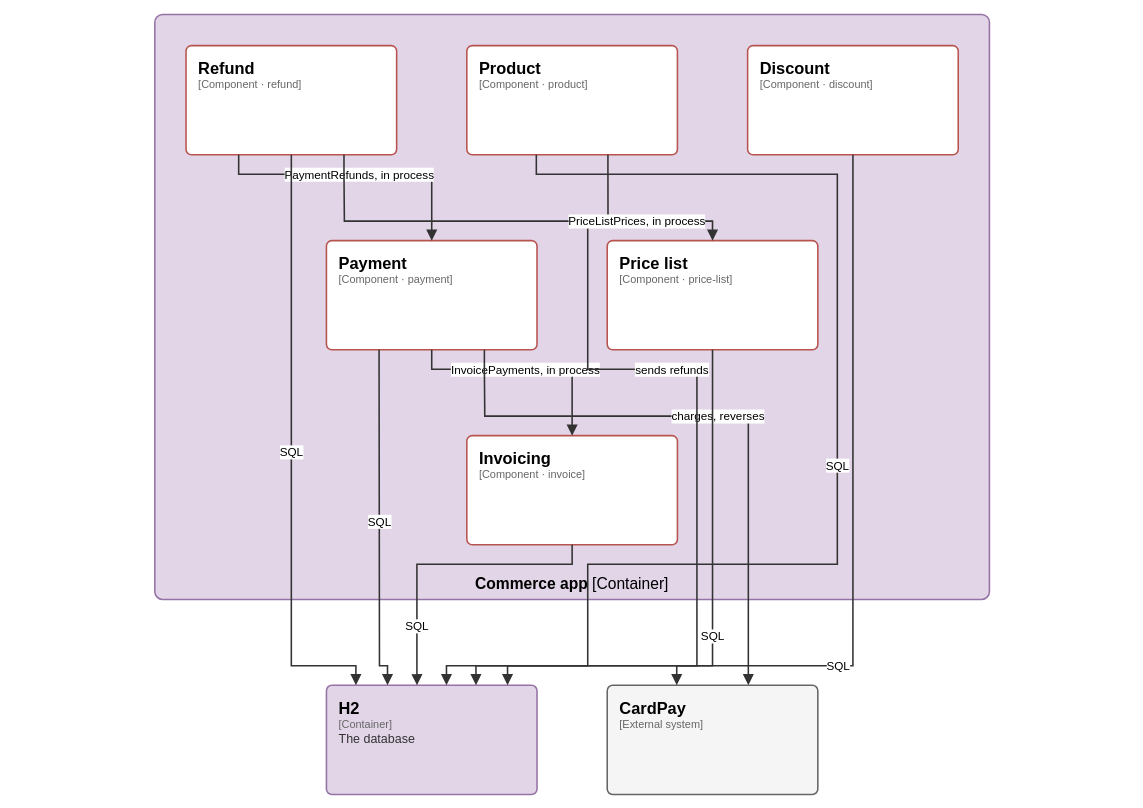
This is page "C4 3 - Components of Commerce app" (3 of 7) of docs/architecture/c4.drawio from elie29/partition-commerce, a draw.io file, before an edit. Source tidied: cells renumbered, new cells numbered last; positions are measured from the earlier drawing's top-left corner, leaving out a move shared by most shapes. Both pictures are drawn from the tidied source at 78%, with x=0, y=0 at pixel (154, 14).
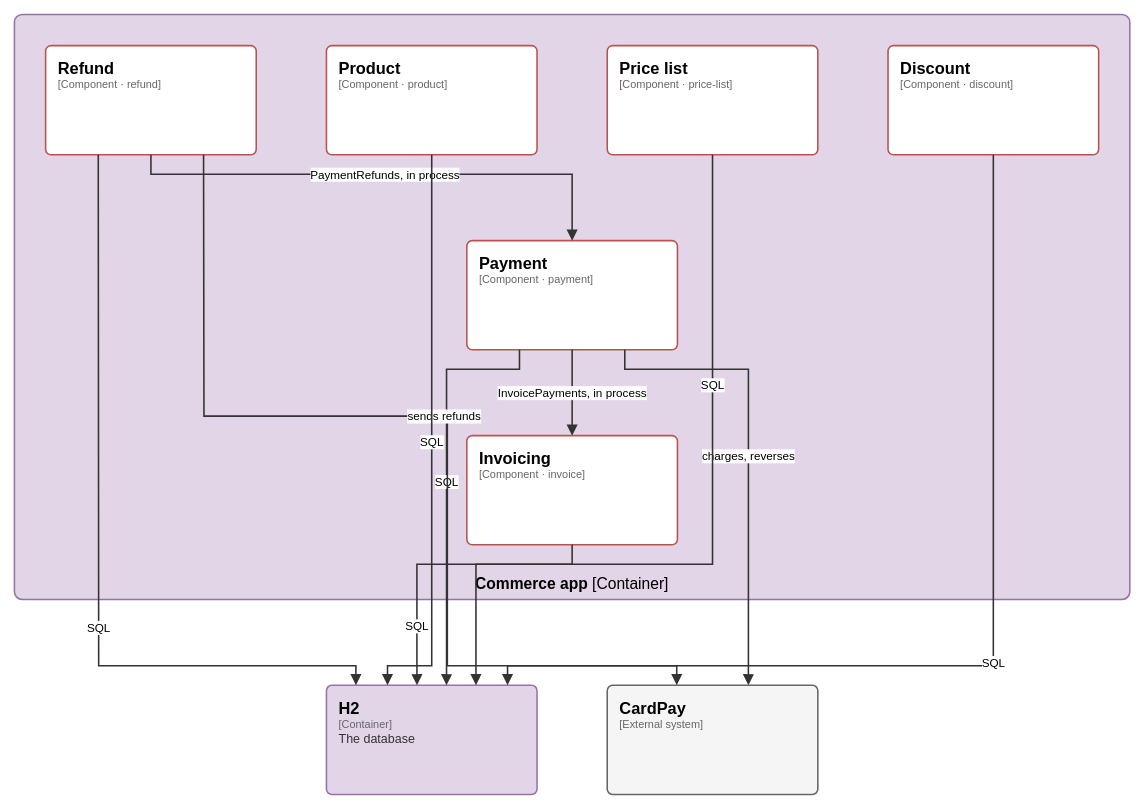
The same diagram, later.

Unchanged cells that the change refers to:
```xml
<mxCell id="3" value="&lt;span style=&quot;font-size:21px;font-weight:600;color:#000000&quot;&gt;Invoicing&lt;/span&gt;&lt;br&gt;&lt;span style=&quot;font-family:IBM Plex Mono;font-size:14px;color:#666666&quot;&gt;[Component · invoice]&lt;/span&gt;" style="rounded=1;absoluteArcSize=1;arcSize=14;html=1;whiteSpace=wrap;fillColor=#ffffff;strokeColor=#b85450;strokeWidth=2;fontFamily=IBM Plex Sans;align=left;verticalAlign=top;spacingLeft=14;spacingRight=10;spacingTop=10;partition=aHuj8PVB3X;" parent="1" vertex="1">
  <mxGeometry x="400" y="540" width="270" height="140" as="geometry" />
</mxCell>
<mxCell id="9" value="&lt;span style=&quot;font-size:21px;font-weight:600;color:#000000&quot;&gt;H2&lt;/span&gt;&lt;br&gt;&lt;span style=&quot;font-family:IBM Plex Mono;font-size:14px;color:#666666&quot;&gt;[Container]&lt;/span&gt;&lt;br&gt;&lt;span style=&quot;font-size:16px;color:#333333;line-height:1.3&quot;&gt;The database&lt;/span&gt;" style="rounded=1;absoluteArcSize=1;arcSize=14;html=1;whiteSpace=wrap;fillColor=#e1d5e7;strokeColor=#9673a6;strokeWidth=2;fontFamily=IBM Plex Sans;align=left;verticalAlign=top;spacingLeft=14;spacingRight=10;spacingTop=10;partition=e1b4aq0M80;" parent="1" vertex="1">
  <mxGeometry x="220" y="860" width="270" height="140" as="geometry" />
</mxCell>
<mxCell id="10" value="&lt;span style=&quot;font-size:21px;font-weight:600;color:#000000&quot;&gt;CardPay&lt;/span&gt;&lt;br&gt;&lt;span style=&quot;font-family:IBM Plex Mono;font-size:14px;color:#666666&quot;&gt;[External system]&lt;/span&gt;" style="rounded=1;absoluteArcSize=1;arcSize=14;html=1;whiteSpace=wrap;fillColor=#f5f5f5;strokeColor=#666666;strokeWidth=2;fontFamily=IBM Plex Sans;align=left;verticalAlign=top;spacingLeft=14;spacingRight=10;spacingTop=10;partition=U8ZHIrmfT8;" parent="1" vertex="1">
  <mxGeometry x="580" y="860" width="270" height="140" as="geometry" />
</mxCell>
```

What changed in the source:
```diff
@@
-    <mxCell id="2" value="&lt;b&gt;Commerce app&lt;/b&gt; [Container]" style="rounded=1;absoluteArcSize=1;arcSize=20;html=1;whiteSpace=wrap;fillColor=#e1d5e7;strokeColor=#9673a6;strokeWidth=2;fontFamily=IBM Plex Sans;fontSize=20;verticalAlign=bottom;spacingTop=6;spacingBottom=6;partition=usQpGdOmRF;" parent="1" vertex="1">
-      <mxGeometry width="1070" height="750" as="geometry" />
+    <mxCell id="2" value="&lt;b&gt;Commerce app&lt;/b&gt; [Container]" style="rounded=1;absoluteArcSize=1;arcSize=20;html=1;whiteSpace=wrap;fillColor=#e1d5e7;strokeColor=#9673a6;strokeWidth=2;fontFamily=IBM Plex Sans;fontSize=20;verticalAlign=bottom;spacingTop=6;spacingBottom=6;partition=K24nIVab2W;" parent="1" vertex="1">
+      <mxGeometry x="-180" width="1430" height="750" as="geometry" />
     </mxCell>
@@
-    <mxCell id="4" value="&lt;span style=&quot;font-size:21px;font-weight:600;color:#000000&quot;&gt;Payment&lt;/span&gt;&lt;br&gt;&lt;span style=&quot;font-family:IBM Plex Mono;font-size:14px;color:#666666&quot;&gt;[Component · payment]&lt;/span&gt;" style="rounded=1;absoluteArcSize=1;arcSize=14;html=1;whiteSpace=wrap;fillColor=#ffffff;strokeColor=#b85450;strokeWidth=2;fontFamily=IBM Plex Sans;align=left;verticalAlign=top;spacingLeft=14;spacingRight=10;spacingTop=10;partition=y_rMypuNCB;" parent="1" vertex="1">
-      <mxGeometry x="220" y="290" width="270" height="140" as="geometry" />
+    <mxCell id="4" value="&lt;span style=&quot;font-size:21px;font-weight:600;color:#000000&quot;&gt;Payment&lt;/span&gt;&lt;br&gt;&lt;span style=&quot;font-family:IBM Plex Mono;font-size:14px;color:#666666&quot;&gt;[Component · payment]&lt;/span&gt;" style="rounded=1;absoluteArcSize=1;arcSize=14;html=1;whiteSpace=wrap;fillColor=#ffffff;strokeColor=#b85450;strokeWidth=2;fontFamily=IBM Plex Sans;align=left;verticalAlign=top;spacingLeft=14;spacingRight=10;spacingTop=10;partition=NwpGBdmDzl;" parent="1" vertex="1">
+      <mxGeometry x="400" y="290" width="270" height="140" as="geometry" />
     </mxCell>
-    <mxCell id="5" value="&lt;span style=&quot;font-size:21px;font-weight:600;color:#000000&quot;&gt;Refund&lt;/span&gt;&lt;br&gt;&lt;span style=&quot;font-family:IBM Plex Mono;font-size:14px;color:#666666&quot;&gt;[Component · refund]&lt;/span&gt;" style="rounded=1;absoluteArcSize=1;arcSize=14;html=1;whiteSpace=wrap;fillColor=#ffffff;strokeColor=#b85450;strokeWidth=2;fontFamily=IBM Plex Sans;align=left;verticalAlign=top;spacingLeft=14;spacingRight=10;spacingTop=10;partition=MpiWCou8A7;" parent="1" vertex="1">
-      <mxGeometry x="40" y="40" width="270" height="140" as="geometry" />
+    <mxCell id="5" value="&lt;span style=&quot;font-size:21px;font-weight:600;color:#000000&quot;&gt;Refund&lt;/span&gt;&lt;br&gt;&lt;span style=&quot;font-family:IBM Plex Mono;font-size:14px;color:#666666&quot;&gt;[Component · refund]&lt;/span&gt;" style="rounded=1;absoluteArcSize=1;arcSize=14;html=1;whiteSpace=wrap;fillColor=#ffffff;strokeColor=#b85450;strokeWidth=2;fontFamily=IBM Plex Sans;align=left;verticalAlign=top;spacingLeft=14;spacingRight=10;spacingTop=10;partition=IH7OPQwwv5;" parent="1" vertex="1">
+      <mxGeometry x="-140" y="40" width="270" height="140" as="geometry" />
     </mxCell>
-    <mxCell id="6" value="&lt;span style=&quot;font-size:21px;font-weight:600;color:#000000&quot;&gt;Product&lt;/span&gt;&lt;br&gt;&lt;span style=&quot;font-family:IBM Plex Mono;font-size:14px;color:#666666&quot;&gt;[Component · product]&lt;/span&gt;" style="rounded=1;absoluteArcSize=1;arcSize=14;html=1;whiteSpace=wrap;fillColor=#ffffff;strokeColor=#b85450;strokeWidth=2;fontFamily=IBM Plex Sans;align=left;verticalAlign=top;spacingLeft=14;spacingRight=10;spacingTop=10;partition=rwtB4VHL-5;" parent="1" vertex="1">
-      <mxGeometry x="400" y="40" width="270" height="140" as="geometry" />
+    <mxCell id="6" value="&lt;span style=&quot;font-size:21px;font-weight:600;color:#000000&quot;&gt;Product&lt;/span&gt;&lt;br&gt;&lt;span style=&quot;font-family:IBM Plex Mono;font-size:14px;color:#666666&quot;&gt;[Component · product]&lt;/span&gt;" style="rounded=1;absoluteArcSize=1;arcSize=14;html=1;whiteSpace=wrap;fillColor=#ffffff;strokeColor=#b85450;strokeWidth=2;fontFamily=IBM Plex Sans;align=left;verticalAlign=top;spacingLeft=14;spacingRight=10;spacingTop=10;partition=OoiQrNIVBC;" parent="1" vertex="1">
+      <mxGeometry x="220" y="40" width="270" height="140" as="geometry" />
     </mxCell>
-    <mxCell id="7" value="&lt;span style=&quot;font-size:21px;font-weight:600;color:#000000&quot;&gt;Price list&lt;/span&gt;&lt;br&gt;&lt;span style=&quot;font-family:IBM Plex Mono;font-size:14px;color:#666666&quot;&gt;[Component · price-list]&lt;/span&gt;" style="rounded=1;absoluteArcSize=1;arcSize=14;html=1;whiteSpace=wrap;fillColor=#ffffff;strokeColor=#b85450;strokeWidth=2;fontFamily=IBM Plex Sans;align=left;verticalAlign=top;spacingLeft=14;spacingRight=10;spacingTop=10;partition=90L3m2ZFFY;" parent="1" vertex="1">
-      <mxGeometry x="580" y="290" width="270" height="140" as="geometry" />
+    <mxCell id="7" value="&lt;span style=&quot;font-size:21px;font-weight:600;color:#000000&quot;&gt;Price list&lt;/span&gt;&lt;br&gt;&lt;span style=&quot;font-family:IBM Plex Mono;font-size:14px;color:#666666&quot;&gt;[Component · price-list]&lt;/span&gt;" style="rounded=1;absoluteArcSize=1;arcSize=14;html=1;whiteSpace=wrap;fillColor=#ffffff;strokeColor=#b85450;strokeWidth=2;fontFamily=IBM Plex Sans;align=left;verticalAlign=top;spacingLeft=14;spacingRight=10;spacingTop=10;partition=eIuSdzb2dt;" parent="1" vertex="1">
+      <mxGeometry x="580" y="40" width="270" height="140" as="geometry" />
     </mxCell>
-    <mxCell id="8" value="&lt;span style=&quot;font-size:21px;font-weight:600;color:#000000&quot;&gt;Discount&lt;/span&gt;&lt;br&gt;&lt;span style=&quot;font-family:IBM Plex Mono;font-size:14px;color:#666666&quot;&gt;[Component · discount]&lt;/span&gt;" style="rounded=1;absoluteArcSize=1;arcSize=14;html=1;whiteSpace=wrap;fillColor=#ffffff;strokeColor=#b85450;strokeWidth=2;fontFamily=IBM Plex Sans;align=left;verticalAlign=top;spacingLeft=14;spacingRight=10;spacingTop=10;partition=0IPpTdDtHd;" parent="1" vertex="1">
-      <mxGeometry x="760" y="40" width="270" height="140" as="geometry" />
+    <mxCell id="8" value="&lt;span style=&quot;font-size:21px;font-weight:600;color:#000000&quot;&gt;Discount&lt;/span&gt;&lt;br&gt;&lt;span style=&quot;font-family:IBM Plex Mono;font-size:14px;color:#666666&quot;&gt;[Component · discount]&lt;/span&gt;" style="rounded=1;absoluteArcSize=1;arcSize=14;html=1;whiteSpace=wrap;fillColor=#ffffff;strokeColor=#b85450;strokeWidth=2;fontFamily=IBM Plex Sans;align=left;verticalAlign=top;spacingLeft=14;spacingRight=10;spacingTop=10;partition=mqWQE0lV24;" parent="1" vertex="1">
+      <mxGeometry x="940" y="40" width="270" height="140" as="geometry" />
     </mxCell>
@@
-    <mxCell id="12" value="InvoicePayments, in process" style="edgeStyle=orthogonalEdgeStyle;rounded=0;html=1;endArrow=block;endFill=1;endSize=9;strokeColor=#333333;strokeWidth=2;fontFamily=IBM Plex Sans;fontSize=15;fontColor=#000000;labelBackgroundColor=#FFFFFF;spacing=3;exitX=0.5;exitY=1;exitPerimeter=0;entryX=0.5;entryY=0;entryPerimeter=0;partition=CX_quJdHdb;" parent="1" edge="1" source="4" target="3">
+    <mxCell id="12" value="InvoicePayments, in process" style="edgeStyle=orthogonalEdgeStyle;rounded=0;html=1;endArrow=block;endFill=1;endSize=9;strokeColor=#333333;strokeWidth=2;fontFamily=IBM Plex Sans;fontSize=15;fontColor=#000000;labelBackgroundColor=#FFFFFF;spacing=3;exitX=0.5;exitY=1;exitPerimeter=0;entryX=0.5;entryY=0;entryPerimeter=0;partition=6OSdNt9FWn;" parent="1" edge="1" source="4" target="3">
       <mxGeometry relative="1" as="geometry">
         <Array as="points">
-          <mxPoint x="355" y="455" />
           <mxPoint x="535" y="455" />
           <mxPoint x="535" y="515" />
         </Array>
       </mxGeometry>
     </mxCell>
-    <mxCell id="13" value="SQL" style="edgeStyle=orthogonalEdgeStyle;rounded=0;html=1;endArrow=block;endFill=1;endSize=9;strokeColor=#333333;strokeWidth=2;fontFamily=IBM Plex Sans;fontSize=15;fontColor=#000000;labelBackgroundColor=#FFFFFF;spacing=3;exitX=0.25;exitY=1;exitPerimeter=0;entryX=0.29;entryY=0;entryPerimeter=0;partition=FrnkHqlufb;" parent="1" edge="1" source="4" target="9">
+    <mxCell id="13" value="SQL" style="edgeStyle=orthogonalEdgeStyle;rounded=0;html=1;endArrow=block;endFill=1;endSize=9;strokeColor=#333333;strokeWidth=2;fontFamily=IBM Plex Sans;fontSize=15;fontColor=#000000;labelBackgroundColor=#FFFFFF;spacing=3;exitX=0.25;exitY=1;exitPerimeter=0;entryX=0.57;entryY=0;entryPerimeter=0;partition=tgpSbPxnHJ;" parent="1" edge="1" source="4" target="9">
       <mxGeometry relative="1" as="geometry">
         <Array as="points">
-          <mxPoint x="288" y="455" />
-          <mxPoint x="288" y="835" />
-          <mxPoint x="298" y="835" />
+          <mxPoint x="468" y="455" />
+          <mxPoint x="374" y="455" />
+          <mxPoint x="374" y="835" />
         </Array>
       </mxGeometry>
     </mxCell>
-    <mxCell id="14" value="charges, reverses" style="edgeStyle=orthogonalEdgeStyle;rounded=0;html=1;endArrow=block;endFill=1;endSize=9;strokeColor=#333333;strokeWidth=2;fontFamily=IBM Plex Sans;fontSize=15;fontColor=#000000;labelBackgroundColor=#FFFFFF;spacing=3;exitX=0.75;exitY=1;exitPerimeter=0;entryX=0.67;entryY=0;entryPerimeter=0;partition=x9PZS_rfT-;" parent="1" edge="1" source="4" target="10">
+    <mxCell id="14" value="charges, reverses" style="edgeStyle=orthogonalEdgeStyle;rounded=0;html=1;endArrow=block;endFill=1;endSize=9;strokeColor=#333333;strokeWidth=2;fontFamily=IBM Plex Sans;fontSize=15;fontColor=#000000;labelBackgroundColor=#FFFFFF;spacing=3;exitX=0.75;exitY=1;exitPerimeter=0;entryX=0.67;entryY=0;entryPerimeter=0;partition=_oF2nsMfxQ;" parent="1" edge="1" source="4" target="10">
       <mxGeometry relative="1" as="geometry">
         <Array as="points">
-          <mxPoint x="423" y="455" />
-          <mxPoint x="423" y="515" />
-          <mxPoint x="761" y="515" />
+          <mxPoint x="603" y="455" />
+          <mxPoint x="761" y="455" />
           <mxPoint x="761" y="835" />
         </Array>
       </mxGeometry>
     </mxCell>
-    <mxCell id="15" value="PaymentRefunds, in process" style="edgeStyle=orthogonalEdgeStyle;rounded=0;html=1;endArrow=block;endFill=1;endSize=9;strokeColor=#333333;strokeWidth=2;fontFamily=IBM Plex Sans;fontSize=15;fontColor=#000000;labelBackgroundColor=#FFFFFF;spacing=3;exitX=0.25;exitY=1;exitPerimeter=0;entryX=0.5;entryY=0;entryPerimeter=0;partition=KIntlsS11c;" parent="1" edge="1" source="5" target="4">
+    <mxCell id="15" value="PaymentRefunds, in process" style="edgeStyle=orthogonalEdgeStyle;rounded=0;html=1;endArrow=block;endFill=1;endSize=9;strokeColor=#333333;strokeWidth=2;fontFamily=IBM Plex Sans;fontSize=15;fontColor=#000000;labelBackgroundColor=#FFFFFF;spacing=3;exitX=0.5;exitY=1;exitPerimeter=0;entryX=0.5;entryY=0;entryPerimeter=0;partition=aQoypFTvJU;" parent="1" edge="1" source="5" target="4">
       <mxGeometry relative="1" as="geometry">
         <Array as="points">
-          <mxPoint x="108" y="205" />
-          <mxPoint x="355" y="205" />
-          <mxPoint x="355" y="265" />
+          <mxPoint x="-5" y="205" />
+          <mxPoint x="535" y="205" />
+          <mxPoint x="535" y="265" />
         </Array>
       </mxGeometry>
     </mxCell>
-    <mxCell id="16" value="SQL" style="edgeStyle=orthogonalEdgeStyle;rounded=0;html=1;endArrow=block;endFill=1;endSize=9;strokeColor=#333333;strokeWidth=2;fontFamily=IBM Plex Sans;fontSize=15;fontColor=#000000;labelBackgroundColor=#FFFFFF;spacing=3;exitX=0.5;exitY=1;exitPerimeter=0;entryX=0.14;entryY=0;entryPerimeter=0;partition=kzAG8Z0TJ5;" parent="1" edge="1" source="5" target="9">
-      <mxGeometry relative="1" as="geometry">
+    <mxCell id="16" value="SQL" style="edgeStyle=orthogonalEdgeStyle;rounded=0;html=1;endArrow=block;endFill=1;endSize=9;strokeColor=#333333;strokeWidth=2;fontFamily=IBM Plex Sans;fontSize=15;fontColor=#000000;labelBackgroundColor=#FFFFFF;spacing=3;exitX=0.25;exitY=1;exitPerimeter=0;entryX=0.14;entryY=0;entryPerimeter=0;partition=otoUGqXljY;" parent="1" edge="1" source="5" target="9">
+      <mxGeometry x="0.2" relative="1" as="geometry">
         <Array as="points">
-          <mxPoint x="175" y="205" />
-          <mxPoint x="175" y="835" />
+          <mxPoint x="-72" y="205" />
+          <mxPoint x="-72" y="835" />
           <mxPoint x="258" y="835" />
         </Array>
       </mxGeometry>
     </mxCell>
-    <mxCell id="17" value="sends refunds" style="edgeStyle=orthogonalEdgeStyle;rounded=0;html=1;endArrow=block;endFill=1;endSize=9;strokeColor=#333333;strokeWidth=2;fontFamily=IBM Plex Sans;fontSize=15;fontColor=#000000;labelBackgroundColor=#FFFFFF;spacing=3;exitX=0.75;exitY=1;exitPerimeter=0;entryX=0.33;entryY=0;entryPerimeter=0;partition=K6MFoeYtAG;" parent="1" edge="1" source="5" target="10">
-      <mxGeometry x="0.2" relative="1" as="geometry">
+    <mxCell id="17" value="sends refunds" style="edgeStyle=orthogonalEdgeStyle;rounded=0;html=1;endArrow=block;endFill=1;endSize=9;strokeColor=#333333;strokeWidth=2;fontFamily=IBM Plex Sans;fontSize=15;fontColor=#000000;labelBackgroundColor=#FFFFFF;spacing=3;exitX=0.75;exitY=1;exitPerimeter=0;entryX=0.33;entryY=0;entryPerimeter=0;partition=twE3g-eE5N;" parent="1" edge="1" source="5" target="10">
+      <mxGeometry relative="1" as="geometry">
         <Array as="points">
-          <mxPoint x="243" y="205" />
-          <mxPoint x="243" y="265" />
-          <mxPoint x="555" y="265" />
-          <mxPoint x="555" y="455" />
-          <mxPoint x="695" y="455" />
-          <mxPoint x="695" y="835" />
+          <mxPoint x="63" y="205" />
+          <mxPoint x="63" y="515" />
+          <mxPoint x="375" y="515" />
+          <mxPoint x="375" y="835" />
           <mxPoint x="669" y="835" />
         </Array>
       </mxGeometry>
     </mxCell>
-    <mxCell id="18" value="SQL" style="edgeStyle=orthogonalEdgeStyle;rounded=0;html=1;endArrow=block;endFill=1;endSize=9;strokeColor=#333333;strokeWidth=2;fontFamily=IBM Plex Sans;fontSize=15;fontColor=#000000;labelBackgroundColor=#FFFFFF;spacing=3;exitX=0.33;exitY=1;exitPerimeter=0;entryX=0.57;entryY=0;entryPerimeter=0;partition=S6g2pieEmc;" parent="1" edge="1" source="6" target="9">
+    <mxCell id="18" value="SQL" style="edgeStyle=orthogonalEdgeStyle;rounded=0;html=1;endArrow=block;endFill=1;endSize=9;strokeColor=#333333;strokeWidth=2;fontFamily=IBM Plex Sans;fontSize=15;fontColor=#000000;labelBackgroundColor=#FFFFFF;spacing=3;exitX=0.5;exitY=1;exitPerimeter=0;entryX=0.29;entryY=0;entryPerimeter=0;partition=VADtTjB82W;" parent="1" edge="1" source="6" target="9">
       <mxGeometry relative="1" as="geometry">
         <Array as="points">
-          <mxPoint x="489" y="205" />
-          <mxPoint x="875" y="205" />
-          <mxPoint x="875" y="705" />
-          <mxPoint x="555" y="705" />
-          <mxPoint x="555" y="835" />
-          <mxPoint x="374" y="835" />
+          <mxPoint x="355" y="205" />
+          <mxPoint x="355" y="835" />
+          <mxPoint x="298" y="835" />
         </Array>
       </mxGeometry>
     </mxCell>
-    <mxCell id="19" value="PriceListPrices, in process" style="edgeStyle=orthogonalEdgeStyle;rounded=0;html=1;endArrow=block;endFill=1;endSize=9;strokeColor=#333333;strokeWidth=2;fontFamily=IBM Plex Sans;fontSize=15;fontColor=#000000;labelBackgroundColor=#FFFFFF;spacing=3;exitX=0.67;exitY=1;exitPerimeter=0;entryX=0.5;entryY=0;entryPerimeter=0;partition=jIliFUyDhL;" parent="1" edge="1" source="6" target="7">
-      <mxGeometry relative="1" as="geometry">
-        <Array as="points">
-          <mxPoint x="581" y="205" />
-          <mxPoint x="581" y="265" />
-          <mxPoint x="715" y="265" />
-        </Array>
-      </mxGeometry>
-    </mxCell>
-    <mxCell id="20" value="SQL" style="edgeStyle=orthogonalEdgeStyle;rounded=0;html=1;endArrow=block;endFill=1;endSize=9;strokeColor=#333333;strokeWidth=2;fontFamily=IBM Plex Sans;fontSize=15;fontColor=#000000;labelBackgroundColor=#FFFFFF;spacing=3;exitX=0.5;exitY=1;exitPerimeter=0;entryX=0.71;entryY=0;entryPerimeter=0;partition=e2ZCy08rRb;" parent="1" edge="1" source="7" target="9">
-      <mxGeometry relative="1" as="geometry">
+    <mxCell id="20" value="SQL" style="edgeStyle=orthogonalEdgeStyle;rounded=0;html=1;endArrow=block;endFill=1;endSize=9;strokeColor=#333333;strokeWidth=2;fontFamily=IBM Plex Sans;fontSize=15;fontColor=#000000;labelBackgroundColor=#FFFFFF;spacing=3;exitX=0.5;exitY=1;exitPerimeter=0;entryX=0.71;entryY=0;entryPerimeter=0;partition=ncXRmKlnY2;" parent="1" edge="1" source="7" target="9">
+      <mxGeometry x="-0.4" relative="1" as="geometry">
         <Array as="points">
-          <mxPoint x="715" y="455" />
-          <mxPoint x="715" y="835" />
+          <mxPoint x="715" y="205" />
+          <mxPoint x="715" y="705" />
+          <mxPoint x="412" y="705" />
           <mxPoint x="412" y="835" />
         </Array>
       </mxGeometry>
     </mxCell>
-    <mxCell id="21" value="SQL" style="edgeStyle=orthogonalEdgeStyle;rounded=0;html=1;endArrow=block;endFill=1;endSize=9;strokeColor=#333333;strokeWidth=2;fontFamily=IBM Plex Sans;fontSize=15;fontColor=#000000;labelBackgroundColor=#FFFFFF;spacing=3;exitX=0.5;exitY=1;exitPerimeter=0;entryX=0.86;entryY=0;entryPerimeter=0;partition=3DURwmgw1F;" parent="1" edge="1" source="8" target="9">
-      <mxGeometry x="0.2" relative="1" as="geometry">
+    <mxCell id="21" value="SQL" style="edgeStyle=orthogonalEdgeStyle;rounded=0;html=1;endArrow=block;endFill=1;endSize=9;strokeColor=#333333;strokeWidth=2;fontFamily=IBM Plex Sans;fontSize=15;fontColor=#000000;labelBackgroundColor=#FFFFFF;spacing=3;exitX=0.5;exitY=1;exitPerimeter=0;entryX=0.86;entryY=0;entryPerimeter=0;partition=-A_S1014yB;" parent="1" edge="1" source="8" target="9">
+      <mxGeometry relative="1" as="geometry">
         <Array as="points">
-          <mxPoint x="895" y="205" />
-          <mxPoint x="895" y="835" />
+          <mxPoint x="1075" y="205" />
+          <mxPoint x="1075" y="835" />
           <mxPoint x="452" y="835" />
         </Array>
       </mxGeometry>
     </mxCell>
```
